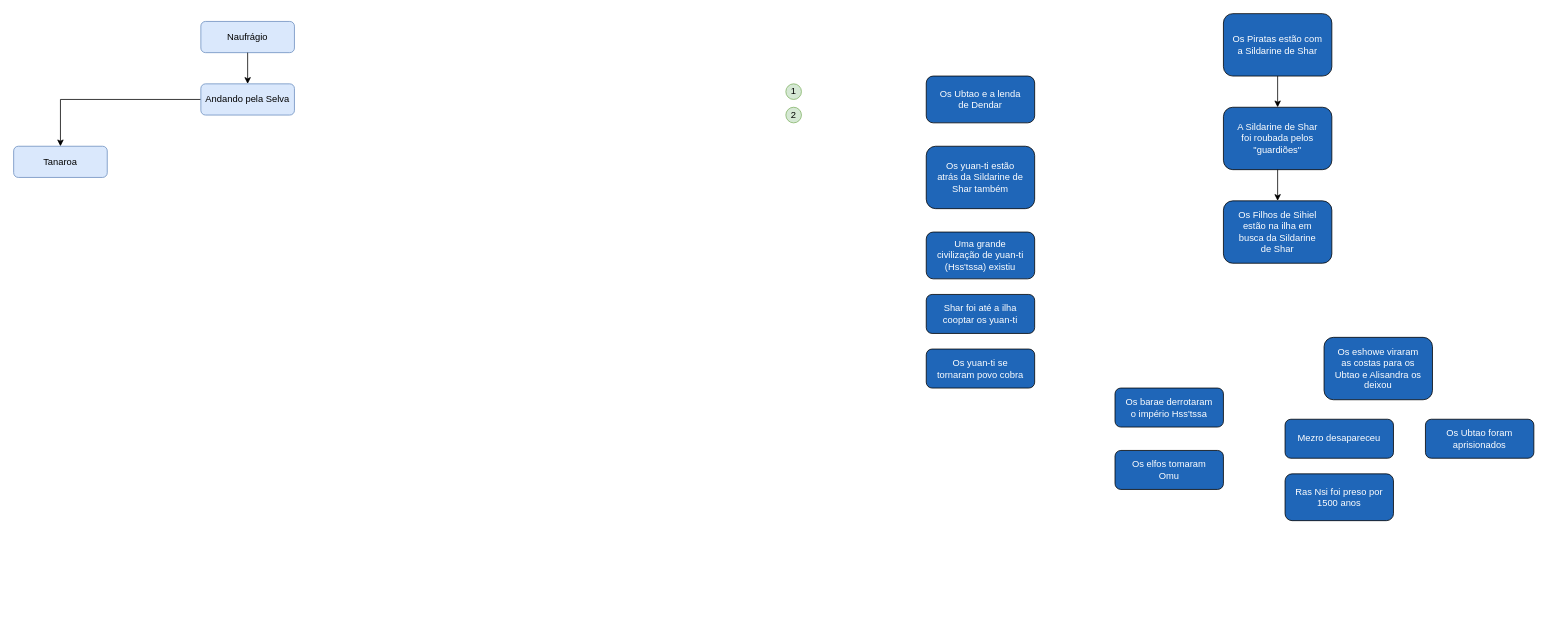
The draw.io diagram Untitled Diagram.drawio in Douglas-Flores/sons_of_war, before the edit. Source tidied: cells renumbered, new cells numbered last; positions are measured from the earlier drawing's top-left corner, leaving out a move shared by most shapes. Both pictures are drawn from the tidied source at 78%, with x=0, y=0 at pixel (13, 13).
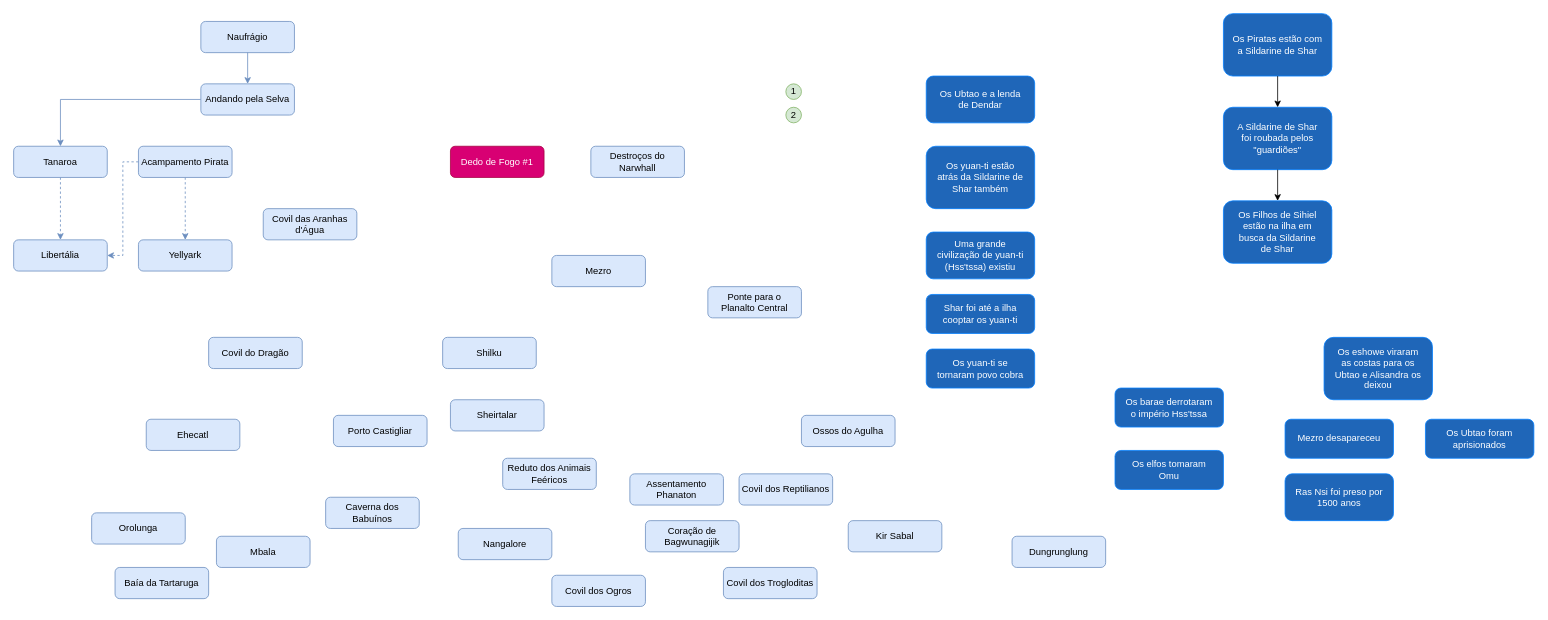
The same page after the edit.

Unchanged cells that the change refers to:
```xml
<mxCell id="2" value="Naufrágio" style="rounded=1;whiteSpace=wrap;html=1;fillColor=#dae8fc;strokeColor=#6c8ebf;shadow=0;sketch=0;glass=0;" parent="1" vertex="1">
  <mxGeometry x="240" y="10" width="120" height="40" as="geometry" />
</mxCell>
<mxCell id="4" value="Andando pela Selva" style="rounded=1;whiteSpace=wrap;html=1;fillColor=#dae8fc;strokeColor=#6c8ebf;" parent="1" vertex="1">
  <mxGeometry x="240" y="90" width="120" height="40" as="geometry" />
</mxCell>
<mxCell id="24" value="Tanaroa" style="rounded=1;whiteSpace=wrap;html=1;fillColor=#dae8fc;strokeColor=#6c8ebf;" parent="1" vertex="1">
  <mxGeometry y="170" width="120" height="40" as="geometry" />
</mxCell>
```

What changed in the source:
```diff
@@
-    <mxCell id="3" style="edgeStyle=orthogonalEdgeStyle;rounded=0;jettySize=auto;html=1;exitX=0;exitY=0.5;exitDx=0;exitDy=0;entryX=0.5;entryY=0;entryDx=0;entryDy=0;fontFamily=Helvetica;fontColor=#FFFFFF;" parent="1" edge="1" source="4" target="24">
+    <mxCell id="3" style="edgeStyle=orthogonalEdgeStyle;rounded=0;jettySize=auto;html=1;exitX=0;exitY=0.5;exitDx=0;exitDy=0;entryX=0.5;entryY=0;entryDx=0;entryDy=0;fontFamily=Helvetica;fontColor=#FFFFFF;fillColor=#dae8fc;strokeColor=#6c8ebf;" parent="1" edge="1" source="4" target="24">
       <mxGeometry relative="1" as="geometry" />
     </mxCell>
@@
-    <mxCell id="5" style="endArrow=classic;html=1;rounded=0;entryX=0.5;entryY=0;entryDx=0;entryDy=0;exitX=0.5;exitY=1;exitDx=0;exitDy=0;" parent="1" edge="1" source="2" target="4">
+    <mxCell id="5" style="endArrow=classic;html=1;rounded=0;entryX=0.5;entryY=0;entryDx=0;entryDy=0;exitX=0.5;exitY=1;exitDx=0;exitDy=0;strokeColor=#6C8EBF;" parent="1" edge="1" source="2" target="4">
       <mxGeometry relative="1" as="geometry" />
     </mxCell>
@@
-    <mxCell id="8" value="&lt;font color=&quot;#ffffff&quot;&gt;Os Piratas estão com a Sildarine de Shar&lt;/font&gt;" style="rounded=1;whiteSpace=wrap;html=1;shadow=0;glass=0;labelBackgroundColor=none;sketch=0;fontFamily=Helvetica;fillColor=#1F66B8;spacingLeft=11;spacingRight=11;" parent="1" vertex="1">
+    <mxCell id="8" value="&lt;font color=&quot;#ffffff&quot;&gt;Os Piratas estão com a Sildarine de Shar&lt;/font&gt;" style="rounded=1;whiteSpace=wrap;html=1;shadow=0;glass=0;labelBackgroundColor=none;sketch=0;fontFamily=Helvetica;fillColor=#1F66B8;spacingLeft=11;spacingRight=11;strokeColor=#007FFF;" parent="1" vertex="1">
       <mxGeometry x="1551" width="139" height="80" as="geometry" />
     </mxCell>
-    <mxCell id="9" value="&lt;font color=&quot;#ffffff&quot;&gt;A Sildarine de Shar foi roubada pelos &quot;guardiões&quot;&lt;/font&gt;" style="rounded=1;whiteSpace=wrap;html=1;shadow=0;glass=0;labelBackgroundColor=none;sketch=0;fontFamily=Helvetica;fillColor=#1F66B8;spacingLeft=11;spacingRight=11;" parent="1" vertex="1">
+    <mxCell id="9" value="&lt;font color=&quot;#ffffff&quot;&gt;A Sildarine de Shar foi roubada pelos &quot;guardiões&quot;&lt;/font&gt;" style="rounded=1;whiteSpace=wrap;html=1;shadow=0;glass=0;labelBackgroundColor=none;sketch=0;fontFamily=Helvetica;fillColor=#1F66B8;spacingLeft=11;spacingRight=11;strokeColor=#007FFF;" parent="1" vertex="1">
       <mxGeometry x="1551" y="120" width="139" height="80" as="geometry" />
     </mxCell>
@@
-    <mxCell id="11" value="&lt;font color=&quot;#ffffff&quot;&gt;Os Filhos de Sihiel estão na ilha em busca da Sildarine de Shar&lt;/font&gt;" style="rounded=1;whiteSpace=wrap;html=1;shadow=0;glass=0;labelBackgroundColor=none;sketch=0;fontFamily=Helvetica;fillColor=#1F66B8;spacingLeft=11;spacingRight=11;" parent="1" vertex="1">
+    <mxCell id="11" value="&lt;font color=&quot;#ffffff&quot;&gt;Os Filhos de Sihiel estão na ilha em busca da Sildarine de Shar&lt;/font&gt;" style="rounded=1;whiteSpace=wrap;html=1;shadow=0;glass=0;labelBackgroundColor=none;sketch=0;fontFamily=Helvetica;fillColor=#1F66B8;spacingLeft=11;spacingRight=11;strokeColor=#007FFF;" parent="1" vertex="1">
       <mxGeometry x="1551" y="240" width="139" height="80" as="geometry" />
     </mxCell>
@@
-    <mxCell id="13" value="&lt;font color=&quot;#ffffff&quot;&gt;Os yuan-ti estão atrás da Sildarine de Shar também&lt;/font&gt;" style="rounded=1;whiteSpace=wrap;html=1;shadow=0;glass=0;labelBackgroundColor=none;sketch=0;fontFamily=Helvetica;fillColor=#1F66B8;spacingLeft=11;spacingRight=11;" parent="1" vertex="1">
+    <mxCell id="13" value="&lt;font color=&quot;#ffffff&quot;&gt;Os yuan-ti estão atrás da Sildarine de Shar também&lt;/font&gt;" style="rounded=1;whiteSpace=wrap;html=1;shadow=0;glass=0;labelBackgroundColor=none;sketch=0;fontFamily=Helvetica;fillColor=#1F66B8;spacingLeft=11;spacingRight=11;strokeColor=#007FFF;" parent="1" vertex="1">
       <mxGeometry x="1170" y="170" width="139" height="80" as="geometry" />
     </mxCell>
-    <mxCell id="14" value="&lt;font color=&quot;#ffffff&quot;&gt;Os Ubtao e a lenda de Dendar&lt;/font&gt;" style="rounded=1;whiteSpace=wrap;html=1;shadow=0;glass=0;labelBackgroundColor=none;sketch=0;fontFamily=Helvetica;fillColor=#1F66B8;spacingLeft=11;spacingRight=11;" parent="1" vertex="1">
+    <mxCell id="14" value="&lt;font color=&quot;#ffffff&quot;&gt;Os Ubtao e a lenda de Dendar&lt;/font&gt;" style="rounded=1;whiteSpace=wrap;html=1;shadow=0;glass=0;labelBackgroundColor=none;sketch=0;fontFamily=Helvetica;fillColor=#1F66B8;spacingLeft=11;spacingRight=11;strokeColor=#007FFF;" parent="1" vertex="1">
       <mxGeometry x="1170" y="80" width="139" height="60" as="geometry" />
     </mxCell>
-    <mxCell id="15" value="&lt;font color=&quot;#ffffff&quot;&gt;Uma grande civilização de yuan-ti (Hss'tssa) existiu&lt;/font&gt;" style="rounded=1;whiteSpace=wrap;html=1;shadow=0;glass=0;labelBackgroundColor=none;sketch=0;fontFamily=Helvetica;fillColor=#1F66B8;spacingLeft=11;spacingRight=11;" parent="1" vertex="1">
+    <mxCell id="15" value="&lt;font color=&quot;#ffffff&quot;&gt;Uma grande civilização de yuan-ti (Hss'tssa) existiu&lt;/font&gt;" style="rounded=1;whiteSpace=wrap;html=1;shadow=0;glass=0;labelBackgroundColor=none;sketch=0;fontFamily=Helvetica;fillColor=#1F66B8;spacingLeft=11;spacingRight=11;strokeColor=#007FFF;" parent="1" vertex="1">
       <mxGeometry x="1170" y="280" width="139" height="60" as="geometry" />
     </mxCell>
-    <mxCell id="16" value="&lt;font color=&quot;#ffffff&quot;&gt;Shar foi&amp;nbsp;até a ilha cooptar os yuan-ti&lt;/font&gt;" style="rounded=1;whiteSpace=wrap;html=1;shadow=0;glass=0;labelBackgroundColor=none;sketch=0;fontFamily=Helvetica;fillColor=#1F66B8;spacingLeft=11;spacingRight=11;" parent="1" vertex="1">
+    <mxCell id="16" value="&lt;font color=&quot;#ffffff&quot;&gt;Shar foi&amp;nbsp;até a ilha cooptar os yuan-ti&lt;/font&gt;" style="rounded=1;whiteSpace=wrap;html=1;shadow=0;glass=0;labelBackgroundColor=none;sketch=0;fontFamily=Helvetica;fillColor=#1F66B8;spacingLeft=11;spacingRight=11;strokeColor=#007FFF;" parent="1" vertex="1">
       <mxGeometry x="1170" y="360" width="139" height="50" as="geometry" />
     </mxCell>
-    <mxCell id="17" value="&lt;font color=&quot;#ffffff&quot;&gt;Os yuan-ti se tornaram povo cobra&lt;/font&gt;" style="rounded=1;whiteSpace=wrap;html=1;shadow=0;glass=0;labelBackgroundColor=none;sketch=0;fontFamily=Helvetica;fillColor=#1F66B8;spacingLeft=11;spacingRight=11;" parent="1" vertex="1">
+    <mxCell id="17" value="&lt;font color=&quot;#ffffff&quot;&gt;Os yuan-ti se tornaram povo cobra&lt;/font&gt;" style="rounded=1;whiteSpace=wrap;html=1;shadow=0;glass=0;labelBackgroundColor=none;sketch=0;fontFamily=Helvetica;fillColor=#1F66B8;spacingLeft=11;spacingRight=11;strokeColor=#007FFF;" parent="1" vertex="1">
       <mxGeometry x="1170" y="430" width="139" height="50" as="geometry" />
     </mxCell>
-    <mxCell id="18" value="&lt;font color=&quot;#ffffff&quot;&gt;Os barae derrotaram o império Hss'tssa&lt;/font&gt;" style="rounded=1;whiteSpace=wrap;html=1;shadow=0;glass=0;labelBackgroundColor=none;sketch=0;fontFamily=Helvetica;fillColor=#1F66B8;spacingLeft=11;spacingRight=11;" parent="1" vertex="1">
+    <mxCell id="18" value="&lt;font color=&quot;#ffffff&quot;&gt;Os barae derrotaram o império Hss'tssa&lt;/font&gt;" style="rounded=1;whiteSpace=wrap;html=1;shadow=0;glass=0;labelBackgroundColor=none;sketch=0;fontFamily=Helvetica;fillColor=#1F66B8;spacingLeft=11;spacingRight=11;strokeColor=#007FFF;" parent="1" vertex="1">
       <mxGeometry x="1412" y="480" width="139" height="50" as="geometry" />
     </mxCell>
-    <mxCell id="19" value="&lt;font color=&quot;#ffffff&quot;&gt;Os eshowe viraram as costas para os Ubtao e Alisandra os deixou&lt;/font&gt;" style="rounded=1;whiteSpace=wrap;html=1;shadow=0;glass=0;labelBackgroundColor=none;sketch=0;fontFamily=Helvetica;fillColor=#1F66B8;spacingLeft=11;spacingRight=11;" parent="1" vertex="1">
+    <mxCell id="19" value="&lt;font color=&quot;#ffffff&quot;&gt;Os eshowe viraram as costas para os Ubtao e Alisandra os deixou&lt;/font&gt;" style="rounded=1;whiteSpace=wrap;html=1;shadow=0;glass=0;labelBackgroundColor=none;sketch=0;fontFamily=Helvetica;fillColor=#1F66B8;spacingLeft=11;spacingRight=11;strokeColor=#007FFF;" parent="1" vertex="1">
       <mxGeometry x="1680" y="415" width="139" height="80" as="geometry" />
     </mxCell>
-    <mxCell id="20" value="&lt;font color=&quot;#ffffff&quot;&gt;Mezro desapareceu&lt;/font&gt;" style="rounded=1;whiteSpace=wrap;html=1;shadow=0;glass=0;labelBackgroundColor=none;sketch=0;fontFamily=Helvetica;fillColor=#1F66B8;spacingLeft=11;spacingRight=11;" parent="1" vertex="1">
+    <mxCell id="20" value="&lt;font color=&quot;#ffffff&quot;&gt;Mezro desapareceu&lt;/font&gt;" style="rounded=1;whiteSpace=wrap;html=1;shadow=0;glass=0;labelBackgroundColor=none;sketch=0;fontFamily=Helvetica;fillColor=#1F66B8;spacingLeft=11;spacingRight=11;strokeColor=#007FFF;" parent="1" vertex="1">
       <mxGeometry x="1630" y="520" width="139" height="50" as="geometry" />
     </mxCell>
-    <mxCell id="21" value="&lt;font color=&quot;#ffffff&quot;&gt;Os elfos tomaram Omu&lt;/font&gt;" style="rounded=1;whiteSpace=wrap;html=1;shadow=0;glass=0;labelBackgroundColor=none;sketch=0;fontFamily=Helvetica;fillColor=#1F66B8;spacingLeft=11;spacingRight=11;" parent="1" vertex="1">
+    <mxCell id="21" value="&lt;font color=&quot;#ffffff&quot;&gt;Os elfos tomaram Omu&lt;/font&gt;" style="rounded=1;whiteSpace=wrap;html=1;shadow=0;glass=0;labelBackgroundColor=none;sketch=0;fontFamily=Helvetica;fillColor=#1F66B8;spacingLeft=11;spacingRight=11;strokeColor=#007FFF;" parent="1" vertex="1">
       <mxGeometry x="1412" y="560" width="139" height="50" as="geometry" />
     </mxCell>
-    <mxCell id="22" value="&lt;font color=&quot;#ffffff&quot;&gt;Os Ubtao foram aprisionados&lt;/font&gt;" style="rounded=1;whiteSpace=wrap;html=1;shadow=0;glass=0;labelBackgroundColor=none;sketch=0;fontFamily=Helvetica;fillColor=#1F66B8;spacingLeft=11;spacingRight=11;" parent="1" vertex="1">
+    <mxCell id="22" value="&lt;font color=&quot;#ffffff&quot;&gt;Os Ubtao foram aprisionados&lt;/font&gt;" style="rounded=1;whiteSpace=wrap;html=1;shadow=0;glass=0;labelBackgroundColor=none;sketch=0;fontFamily=Helvetica;fillColor=#1F66B8;spacingLeft=11;spacingRight=11;strokeColor=#007FFF;" parent="1" vertex="1">
       <mxGeometry x="1810" y="520" width="139" height="50" as="geometry" />
     </mxCell>
-    <mxCell id="23" value="&lt;font color=&quot;#ffffff&quot;&gt;Ras Nsi foi preso por 1500 anos&lt;/font&gt;" style="rounded=1;whiteSpace=wrap;html=1;shadow=0;glass=0;labelBackgroundColor=none;sketch=0;fontFamily=Helvetica;fillColor=#1F66B8;spacingLeft=11;spacingRight=11;" parent="1" vertex="1">
+    <mxCell id="23" value="&lt;font color=&quot;#ffffff&quot;&gt;Ras Nsi foi preso por 1500 anos&lt;/font&gt;" style="rounded=1;whiteSpace=wrap;html=1;shadow=0;glass=0;labelBackgroundColor=none;sketch=0;fontFamily=Helvetica;fillColor=#1F66B8;spacingLeft=11;spacingRight=11;strokeColor=#007FFF;" parent="1" vertex="1">
       <mxGeometry x="1630" y="590" width="139" height="60" as="geometry" />
     </mxCell>
+    <mxCell id="25" style="edgeStyle=orthogonalEdgeStyle;rounded=0;jettySize=auto;html=1;fontFamily=Helvetica;fontColor=#FFFFFF;fillColor=#dae8fc;strokeColor=#6C8EBF;dashed=1;" parent="1" edge="1" source="24" target="28">
+      <mxGeometry relative="1" as="geometry" />
+    </mxCell>
@@
+    <mxCell id="26" value="Destroços do Narwhall" style="rounded=1;whiteSpace=wrap;html=1;fillColor=#dae8fc;strokeColor=#6c8ebf;" parent="1" vertex="1">
+      <mxGeometry x="740" y="170" width="120" height="40" as="geometry" />
+    </mxCell>
+    <mxCell id="27" value="Covil das Aranhas d'Água" style="rounded=1;whiteSpace=wrap;html=1;fillColor=#dae8fc;strokeColor=#6c8ebf;" parent="1" vertex="1">
+      <mxGeometry x="320" y="250" width="120" height="40" as="geometry" />
+    </mxCell>
+    <mxCell id="28" value="Libertália" style="rounded=1;whiteSpace=wrap;html=1;fillColor=#dae8fc;strokeColor=#6c8ebf;" parent="1" vertex="1">
+      <mxGeometry y="290" width="120" height="40" as="geometry" />
+    </mxCell>
+    <mxCell id="29" style="edgeStyle=orthogonalEdgeStyle;rounded=0;jettySize=auto;html=1;exitX=0;exitY=0.5;exitDx=0;exitDy=0;entryX=1;entryY=0.5;entryDx=0;entryDy=0;dashed=1;fontFamily=Helvetica;fontColor=#FFFFFF;strokeColor=#6C8EBF;fillColor=#b1ddf0;" parent="1" edge="1" source="31" target="28">
+      <mxGeometry relative="1" as="geometry" />
+    </mxCell>
+    <mxCell id="30" style="edgeStyle=orthogonalEdgeStyle;rounded=0;jettySize=auto;html=1;exitX=0.5;exitY=1;exitDx=0;exitDy=0;dashed=1;fontFamily=Helvetica;fontColor=#FFFFFF;strokeColor=#6C8EBF;" parent="1" edge="1" source="31" target="32">
+      <mxGeometry relative="1" as="geometry" />
+    </mxCell>
+    <mxCell id="31" value="Acampamento Pirata" style="rounded=1;whiteSpace=wrap;html=1;fillColor=#dae8fc;strokeColor=#6c8ebf;" parent="1" vertex="1">
+      <mxGeometry x="160" y="170" width="120" height="40" as="geometry" />
+    </mxCell>
+    <mxCell id="32" value="Yellyark" style="rounded=1;whiteSpace=wrap;html=1;fillColor=#dae8fc;strokeColor=#6c8ebf;" parent="1" vertex="1">
+      <mxGeometry x="160" y="290" width="120" height="40" as="geometry" />
+    </mxCell>
+    <mxCell id="33" value="Shilku" style="rounded=1;whiteSpace=wrap;html=1;fillColor=#dae8fc;strokeColor=#6c8ebf;" parent="1" vertex="1">
+      <mxGeometry x="550" y="415" width="120" height="40" as="geometry" />
+    </mxCell>
+    <mxCell id="34" value="Dedo de Fogo #1" style="rounded=1;whiteSpace=wrap;html=1;fillColor=#d80073;strokeColor=#A50040;fontColor=#ffffff;" parent="1" vertex="1">
+      <mxGeometry x="560" y="170" width="120" height="40" as="geometry" />
+    </mxCell>
+    <mxCell id="35" value="Porto Castigliar" style="rounded=1;whiteSpace=wrap;html=1;fillColor=#dae8fc;strokeColor=#6c8ebf;" parent="1" vertex="1">
+      <mxGeometry x="410" y="515" width="120" height="40" as="geometry" />
+    </mxCell>
+    <mxCell id="36" value="Sheirtalar" style="rounded=1;whiteSpace=wrap;html=1;fillColor=#dae8fc;strokeColor=#6c8ebf;" parent="1" vertex="1">
+      <mxGeometry x="560" y="495" width="120" height="40" as="geometry" />
+    </mxCell>
+    <mxCell id="37" value="Mezro" style="rounded=1;whiteSpace=wrap;html=1;fillColor=#dae8fc;strokeColor=#6c8ebf;" parent="1" vertex="1">
+      <mxGeometry x="690" y="310" width="120" height="40" as="geometry" />
+    </mxCell>
+    <mxCell id="38" value="Reduto dos Animais Feéricos" style="rounded=1;whiteSpace=wrap;html=1;fillColor=#dae8fc;strokeColor=#6c8ebf;" parent="1" vertex="1">
+      <mxGeometry x="627" y="570" width="120" height="40" as="geometry" />
+    </mxCell>
+    <mxCell id="39" value="Assentamento Phanaton" style="rounded=1;whiteSpace=wrap;html=1;fillColor=#dae8fc;strokeColor=#6c8ebf;" parent="1" vertex="1">
+      <mxGeometry x="790" y="590" width="120" height="40" as="geometry" />
+    </mxCell>
+    <mxCell id="40" value="Covil dos Reptilianos" style="rounded=1;whiteSpace=wrap;html=1;fillColor=#dae8fc;strokeColor=#6c8ebf;" parent="1" vertex="1">
+      <mxGeometry x="930" y="590" width="120" height="40" as="geometry" />
+    </mxCell>
+    <mxCell id="41" value="Caverna dos Babuínos" style="rounded=1;whiteSpace=wrap;html=1;fillColor=#dae8fc;strokeColor=#6c8ebf;" parent="1" vertex="1">
+      <mxGeometry x="400" y="620" width="120" height="40" as="geometry" />
+    </mxCell>
+    <mxCell id="42" value="Nangalore" style="rounded=1;whiteSpace=wrap;html=1;fillColor=#dae8fc;strokeColor=#6c8ebf;" parent="1" vertex="1">
+      <mxGeometry x="570" y="660" width="120" height="40" as="geometry" />
+    </mxCell>
+    <mxCell id="43" value="Coração de Bagwunagijik" style="rounded=1;whiteSpace=wrap;html=1;fillColor=#dae8fc;strokeColor=#6c8ebf;" parent="1" vertex="1">
+      <mxGeometry x="810" y="650" width="120" height="40" as="geometry" />
+    </mxCell>
+    <mxCell id="44" value="Ponte para o Planalto Central" style="rounded=1;whiteSpace=wrap;html=1;fillColor=#dae8fc;strokeColor=#6c8ebf;spacingLeft=5;spacingRight=5;" parent="1" vertex="1">
+      <mxGeometry x="890" y="350" width="120" height="40" as="geometry" />
+    </mxCell>
+    <mxCell id="45" value="Kir Sabal" style="rounded=1;whiteSpace=wrap;html=1;fillColor=#dae8fc;strokeColor=#6c8ebf;" parent="1" vertex="1">
+      <mxGeometry x="1070" y="650" width="120" height="40" as="geometry" />
+    </mxCell>
+    <mxCell id="46" value="Dungrunglung" style="rounded=1;whiteSpace=wrap;html=1;fillColor=#dae8fc;strokeColor=#6c8ebf;" parent="1" vertex="1">
+      <mxGeometry x="1280" y="670" width="120" height="40" as="geometry" />
+    </mxCell>
+    <mxCell id="47" value="Orolunga" style="rounded=1;whiteSpace=wrap;html=1;fillColor=#dae8fc;strokeColor=#6c8ebf;" parent="1" vertex="1">
+      <mxGeometry x="100" y="640" width="120" height="40" as="geometry" />
+    </mxCell>
+    <mxCell id="48" value="Ehecatl" style="rounded=1;whiteSpace=wrap;html=1;fillColor=#dae8fc;strokeColor=#6c8ebf;" parent="1" vertex="1">
+      <mxGeometry x="170" y="520" width="120" height="40" as="geometry" />
+    </mxCell>
+    <mxCell id="49" value="Mbala" style="rounded=1;whiteSpace=wrap;html=1;fillColor=#dae8fc;strokeColor=#6c8ebf;" parent="1" vertex="1">
+      <mxGeometry x="260" y="670" width="120" height="40" as="geometry" />
+    </mxCell>
+    <mxCell id="50" value="Covil do Dragão" style="rounded=1;whiteSpace=wrap;html=1;fillColor=#dae8fc;strokeColor=#6c8ebf;" parent="1" vertex="1">
+      <mxGeometry x="250" y="415" width="120" height="40" as="geometry" />
+    </mxCell>
+    <mxCell id="51" value="Baía da Tartaruga" style="rounded=1;whiteSpace=wrap;html=1;fillColor=#dae8fc;strokeColor=#6c8ebf;" parent="1" vertex="1">
+      <mxGeometry x="130" y="710" width="120" height="40" as="geometry" />
+    </mxCell>
+    <mxCell id="52" value="Ossos do Agulha" style="rounded=1;whiteSpace=wrap;html=1;fillColor=#dae8fc;strokeColor=#6c8ebf;" parent="1" vertex="1">
+      <mxGeometry x="1010" y="515" width="120" height="40" as="geometry" />
+    </mxCell>
+    <mxCell id="53" value="Covil dos Trogloditas" style="rounded=1;whiteSpace=wrap;html=1;fillColor=#dae8fc;strokeColor=#6c8ebf;" parent="1" vertex="1">
+      <mxGeometry x="910" y="710" width="120" height="40" as="geometry" />
+    </mxCell>
+    <mxCell id="54" value="Covil dos Ogros" style="rounded=1;whiteSpace=wrap;html=1;fillColor=#dae8fc;strokeColor=#6c8ebf;" parent="1" vertex="1">
+      <mxGeometry x="690" y="720" width="120" height="40" as="geometry" />
+    </mxCell>
```
